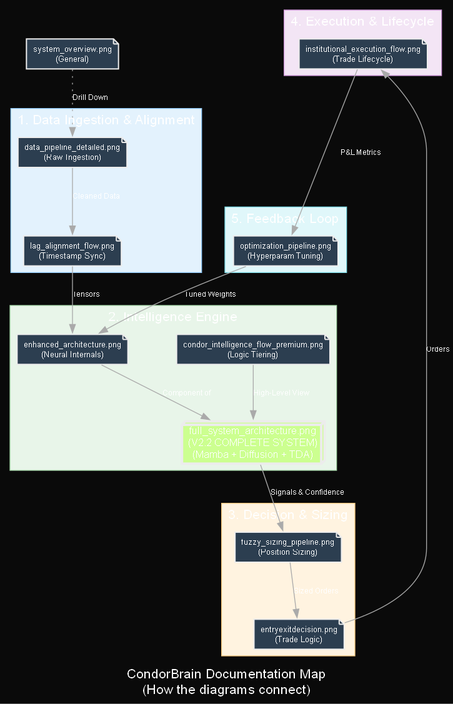
Earlier version of the Graphviz export docs/architecture/diagram_map.png (trextrader/spy-iron-condor-trading). Its source is kept beside it as docs/architecture/diagram_map.dot. Source of this version:
```dot
digraph DiagramMap {
    rankdir=TB;
    compound=true;
    fontname="Helvetica";
    nodesep=0.8;
    ranksep=0.8;

    bgcolor="#0a0a0a";
    node [shape=note, fontname="Helvetica", fontsize=10, style=filled, fillcolor="#2c3e50", fontcolor="white", color="#ececec", penwidth=1.5];
    edge [fontname="Helvetica", fontsize=9, color="#aaaaaa", fontcolor="white"];

    label = "CondorBrain Documentation Map\n(How the diagrams connect)";
    fontcolor="white";
    fontsize=16;

    subgraph cluster_data {
        label = "1. Data Ingestion & Alignment";
        style = filled;
        fillcolor = "#e3f2fd";
        color = "#90caf9";

        d_pipeline [label="data_pipeline_detailed.png\n(Raw Ingestion)", href="data_pipeline_detailed.png"];
        d_lag [label="lag_alignment_flow.png\n(Timestamp Sync)", href="lag_alignment_flow.png"];

        d_pipeline -> d_lag [label="Cleaned Data"];
    }

    subgraph cluster_intel {
        label = "2. Intelligence Engine";
        style = filled;
        fillcolor = "#e8f5e9";
        color = "#a5d6a7";

        d_full [label="full_system_architecture.png\n(V2.2 COMPLETE SYSTEM)\n(Mamba + Diffusion + TDA)", shape=box3d, fillcolor="#ccff90", fontsize=12, penwidth=3, href="full_system_architecture.png"];

        d_enhanced [label="enhanced_architecture.png\n(Neural Internals)", href="enhanced_architecture.png"];
        d_premium [label="condor_intelligence_flow_premium.png\n(Logic Tiering)", href="condor_intelligence_flow_premium.png"];

        d_enhanced -> d_full [label="Component of"];
        d_premium -> d_full [label="High-Level View"];
    }

    subgraph cluster_decision {
        label = "3. Decision & Sizing";
        style = filled;
        fillcolor = "#fff3e0";
        color = "#ffcc80";

        d_fuzzy [label="fuzzy_sizing_pipeline.png\n(Position Sizing)", href="fuzzy_sizing_pipeline.png"];
        d_entry [label="entryexitdecision.png\n(Trade Logic)", href="entryexitdecision.png"];

        d_full -> d_fuzzy [label="Signals & Confidence"];
        d_fuzzy -> d_entry [label="Sized Orders"];
    }

    subgraph cluster_exec {
        label = "4. Execution & Lifecycle";
        style = filled;
        fillcolor = "#f3e5f5";
        color = "#ce93d8";

        d_exec [label="institutional_execution_flow.png\n(Trade Lifecycle)", href="institutional_execution_flow.png"];
        d_overview [label="system_overview.png\n(General)", href="system_overview.png"];
    }

    subgraph cluster_opt {
        label = "5. Feedback Loop";
        style = filled;
        fillcolor = "#e0f7fa";
        color = "#80deea";

        d_opt [label="optimization_pipeline.png\n(Hyperparam Tuning)", href="optimization_pipeline.png"];
    }

    d_lag -> d_enhanced [label="Tensors"];
    d_entry -> d_exec [label="Orders"];
    d_exec -> d_opt [label="P&L Metrics"];
    d_opt -> d_enhanced [label="Tuned Weights"];

    {rank=source; d_overview}
    d_overview -> d_pipeline [style=dotted, label="Drill Down"];

}
```
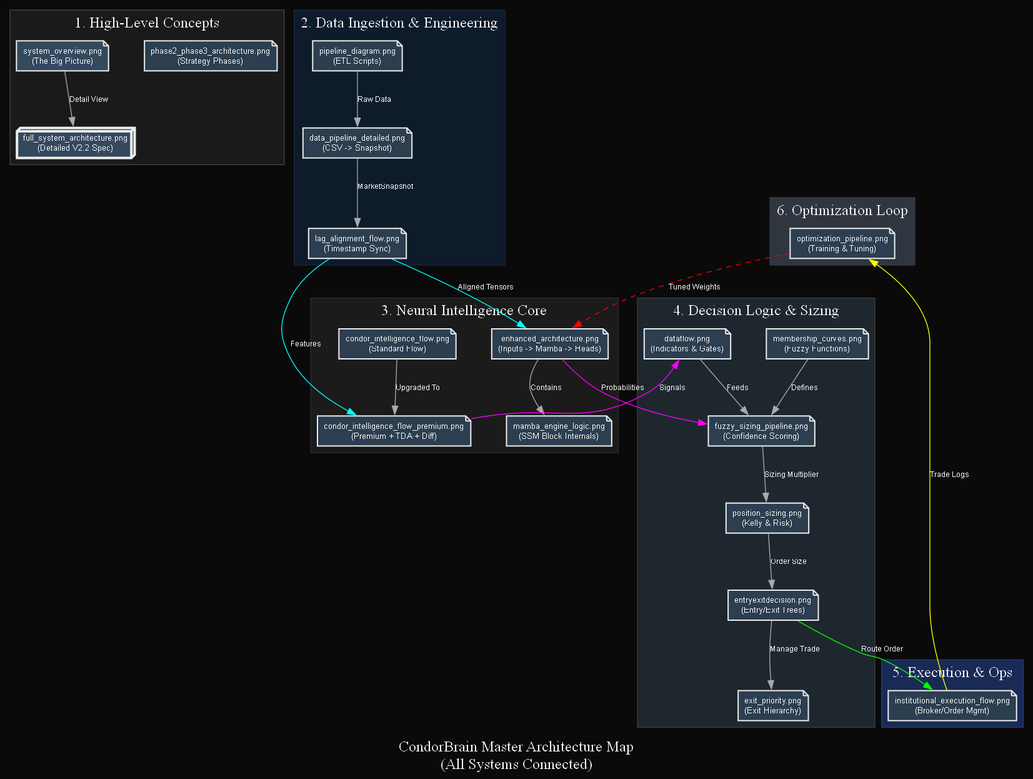
Later version of the same file.

Commit message:
Create Comprehensive Architecture Master Map

Diff of the diagram source:
```diff
@@ -1,83 +1,117 @@
 digraph DiagramMap {
     rankdir=TB;
     compound=true;
-    fontname="Helvetica";
-    nodesep=0.8;
+    nodesep=0.6;
     ranksep=0.8;
+    bgcolor="#0a0a0a";
 
-    bgcolor="#0a0a0a";
     node [shape=note, fontname="Helvetica", fontsize=10, style=filled, fillcolor="#2c3e50", fontcolor="white", color="#ececec", penwidth=1.5];
     edge [fontname="Helvetica", fontsize=9, color="#aaaaaa", fontcolor="white"];
 
-    label = "CondorBrain Documentation Map\n(How the diagrams connect)";
+    label = "CondorBrain Master Architecture Map\n(All Systems Connected)";
     fontcolor="white";
-    fontsize=16;
+    fontsize=18;
+
+    subgraph cluster_overview {
+        label = "1. High-Level Concepts";
+        style = filled;
+        fillcolor = "#1a1a1a";
+        color = "#444444";
+        fontcolor = "white";
+
+        d_sys_overview [label="system_overview.png\n(The Big Picture)", href="system_overview.png", fillcolor="#34495e"];
+        d_full [label="full_system_architecture.png\n(Detailed V2.2 Spec)", href="full_system_architecture.png", fillcolor="#34495e", shape=box3d, penwidth=3];
+
+        d_phase23 [label="phase2_phase3_architecture.png\n(Strategy Phases)", href="phase2_phase3_architecture.png"];
+
+        d_sys_overview -> d_full [label="Detail View"];
+    }
 
     subgraph cluster_data {
-        label = "1. Data Ingestion & Alignment";
+        label = "2. Data Ingestion & Engineering";
         style = filled;
-        fillcolor = "#e3f2fd";
-        color = "#90caf9";
+        fillcolor = "#0d1b2a";
+        color = "#1b263b";
+        fontcolor = "white";
 
-        d_pipeline [label="data_pipeline_detailed.png\n(Raw Ingestion)", href="data_pipeline_detailed.png"];
+        d_pipeline [label="pipeline_diagram.png\n(ETL Scripts)", href="pipeline_diagram.png"];
+        d_data_detailed [label="data_pipeline_detailed.png\n(CSV -> Snapshot)", href="data_pipeline_detailed.png"];
         d_lag [label="lag_alignment_flow.png\n(Timestamp Sync)", href="lag_alignment_flow.png"];
 
-        d_pipeline -> d_lag [label="Cleaned Data"];
+        d_pipeline -> d_data_detailed [label="Raw Data"];
+        d_data_detailed -> d_lag [label="MarketSnapshot"];
     }
 
     subgraph cluster_intel {
-        label = "2. Intelligence Engine";
+        label = "3. Neural Intelligence Core";
         style = filled;
-        fillcolor = "#e8f5e9";
-        color = "#a5d6a7";
+        fillcolor = "#1b1b1b";
+        color = "#2d2d2d";
+        fontcolor = "white";
 
-        d_full [label="full_system_architecture.png\n(V2.2 COMPLETE SYSTEM)\n(Mamba + Diffusion + TDA)", shape=box3d, fillcolor="#ccff90", fontsize=12, penwidth=3, href="full_system_architecture.png"];
+        d_enhanced [label="enhanced_architecture.png\n(Inputs -> Mamba -> Heads)", href="enhanced_architecture.png"];
+        d_mamba_logic [label="mamba_engine_logic.png\n(SSM Block Internals)", href="mamba_engine_logic.png"];
 
-        d_enhanced [label="enhanced_architecture.png\n(Neural Internals)", href="enhanced_architecture.png"];
-        d_premium [label="condor_intelligence_flow_premium.png\n(Logic Tiering)", href="condor_intelligence_flow_premium.png"];
+        d_flow [label="condor_intelligence_flow.png\n(Standard Flow)", href="condor_intelligence_flow.png"];
+        d_flow_prem [label="condor_intelligence_flow_premium.png\n(Premium + TDA + Diff)", href="condor_intelligence_flow_premium.png"];
 
-        d_enhanced -> d_full [label="Component of"];
-        d_premium -> d_full [label="High-Level View"];
+        d_enhanced -> d_mamba_logic [label="Contains"];
+        d_flow -> d_flow_prem [label="Upgraded To"];
     }
 
-    subgraph cluster_decision {
-        label = "3. Decision & Sizing";
+    subgraph cluster_logic {
+        label = "4. Decision Logic & Sizing";
         style = filled;
-        fillcolor = "#fff3e0";
-        color = "#ffcc80";
+        fillcolor = "#1e272e";
+        color = "#3d3d3d";
+        fontcolor = "white";
 
-        d_fuzzy [label="fuzzy_sizing_pipeline.png\n(Position Sizing)", href="fuzzy_sizing_pipeline.png"];
-        d_entry [label="entryexitdecision.png\n(Trade Logic)", href="entryexitdecision.png"];
+        d_dataflow [label="dataflow.png\n(Indicators & Gates)", href="dataflow.png"];
+        d_fuzzy [label="fuzzy_sizing_pipeline.png\n(Confidence Scoring)", href="fuzzy_sizing_pipeline.png"];
+        d_membership [label="membership_curves.png\n(Fuzzy Functions)", href="membership_curves.png"];
+        d_pos_sizing [label="position_sizing.png\n(Kelly & Risk)", href="position_sizing.png"];
 
-        d_full -> d_fuzzy [label="Signals & Confidence"];
-        d_fuzzy -> d_entry [label="Sized Orders"];
+        d_entry_exit [label="entryexitdecision.png\n(Entry/Exit Trees)", href="entryexitdecision.png"];
+        d_exit_prio [label="exit_priority.png\n(Exit Hierarchy)", href="exit_priority.png"];
+
+        d_membership -> d_fuzzy [label="Defines"];
+        d_dataflow -> d_fuzzy [label="Feeds"];
+        d_fuzzy -> d_pos_sizing [label="Sizing Multiplier"];
+        d_pos_sizing -> d_entry_exit [label="Order Size"];
+        d_entry_exit -> d_exit_prio [label="Manage Trade"];
     }
 
     subgraph cluster_exec {
-        label = "4. Execution & Lifecycle";
+        label = "5. Execution & Ops";
         style = filled;
-        fillcolor = "#f3e5f5";
-        color = "#ce93d8";
+        fillcolor = "#192a56";
+        color = "#273c75";
+        fontcolor = "white";
 
-        d_exec [label="institutional_execution_flow.png\n(Trade Lifecycle)", href="institutional_execution_flow.png"];
-        d_overview [label="system_overview.png\n(General)", href="system_overview.png"];
+        d_inst_exec [label="institutional_execution_flow.png\n(Broker/Order Mgmt)", href="institutional_execution_flow.png"];
     }
 
     subgraph cluster_opt {
-        label = "5. Feedback Loop";
+        label = "6. Optimization Loop";
         style = filled;
-        fillcolor = "#e0f7fa";
-        color = "#80deea";
+        fillcolor = "#2f3640";
+        color = "#353b48";
+        fontcolor = "white";
 
-        d_opt [label="optimization_pipeline.png\n(Hyperparam Tuning)", href="optimization_pipeline.png"];
+        d_opt [label="optimization_pipeline.png\n(Training & Tuning)", href="optimization_pipeline.png"];
     }
 
-    d_lag -> d_enhanced [label="Tensors"];
-    d_entry -> d_exec [label="Orders"];
-    d_exec -> d_opt [label="P&L Metrics"];
-    d_opt -> d_enhanced [label="Tuned Weights"];
 
-    {rank=source; d_overview}
-    d_overview -> d_pipeline [style=dotted, label="Drill Down"];
+    d_lag -> d_enhanced [label="Aligned Tensors", color="cyan"];
+    d_lag -> d_flow_prem [label="Features", color="cyan"];
+
+    d_enhanced -> d_fuzzy [label="Probabilities", color="magenta"];
+    d_flow_prem -> d_dataflow [label="Signals", color="magenta"];
+
+    d_entry_exit -> d_inst_exec [label="Route Order", color="lime"];
+
+    d_inst_exec -> d_opt [label="Trade Logs", color="yellow"];
+
+    d_opt -> d_enhanced [label="Tuned Weights", color="red", style=dashed];
 
 }
```
